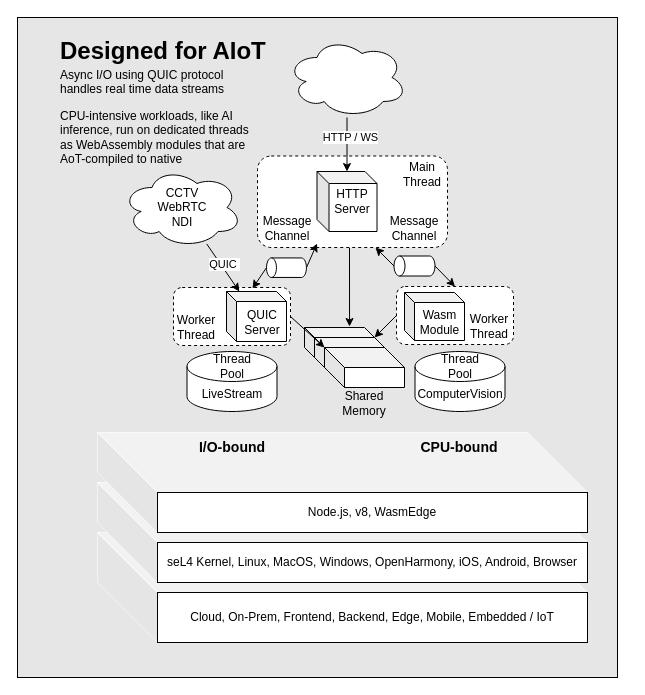
Above: page "Copy of Copy of aiot" (1 of 8) of public/arch.drawio in module-federation/aegis-host (draw.io), before the change. Source tidied: cells renumbered, new cells numbered last; positions are measured from the earlier drawing's top-left corner, leaving out a move shared by most shapes. Both pictures are drawn from the tidied source at 100%, with x=0, y=0 at pixel (17, 17).
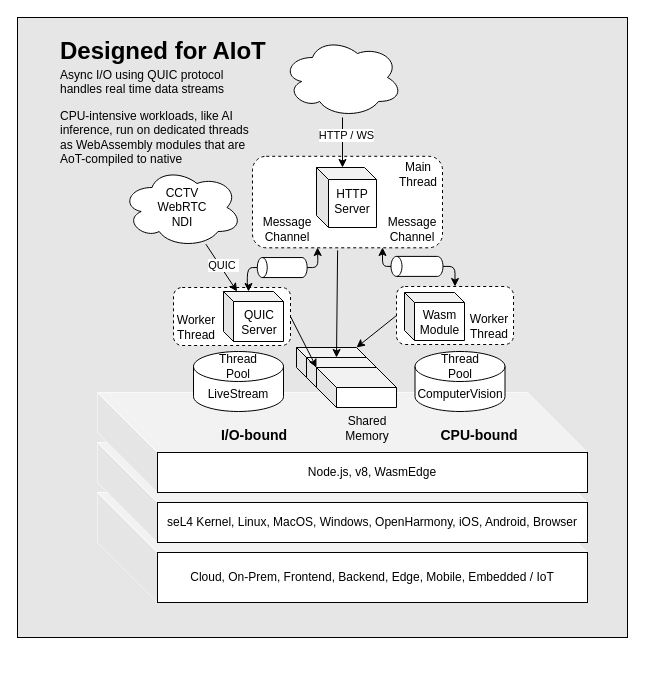
Above is the later version.

Unchanged cells that the change refers to:
```xml
<mxCell id="29" style="shape=cube;whiteSpace=wrap;html=1;boundedLbl=1;backgroundOutline=1;darkOpacity=0.05;darkOpacity2=0.1;" parent="28" vertex="1">
  <mxGeometry width="80" height="40" as="geometry" />
</mxCell>
<mxCell id="30" style="shape=cube;whiteSpace=wrap;html=1;boundedLbl=1;backgroundOutline=1;darkOpacity=0.05;darkOpacity2=0.1;" parent="28" vertex="1">
  <mxGeometry x="10" y="10" width="80" height="40" as="geometry" />
</mxCell>
<mxCell id="34" style="rounded=1;whiteSpace=wrap;html=1;dashed=1;" parent="1" vertex="1">
  <mxGeometry x="156" y="270" width="117" height="58" as="geometry" />
</mxCell>
<mxCell id="40" value="e" style="rounded=1;whiteSpace=wrap;html=1;dashed=1;" parent="1" vertex="1">
  <mxGeometry x="379" y="269" width="117" height="58" as="geometry" />
</mxCell>
```

Change to the diagram source:
```diff
@@
     <mxCell id="2" style="whiteSpace=wrap;html=1;fillColor=#E6E6E6;" parent="1" vertex="1">
-      <mxGeometry width="600" height="660" as="geometry" />
+      <mxGeometry width="610" height="620" as="geometry" />
     </mxCell>
@@
     <mxCell id="4" style="shape=cube;whiteSpace=wrap;html=1;boundedLbl=1;backgroundOutline=1;darkOpacity=0.05;darkOpacity2=0.1;labelBackgroundColor=#33FFFF;fontSize=12;strokeColor=#FFFFFF;strokeWidth=1;fillColor=default;size=60;" parent="1" vertex="1">
-      <mxGeometry x="80" y="515" width="490" height="110" as="geometry" />
+      <mxGeometry x="80" y="475" width="490" height="110" as="geometry" />
     </mxCell>
     <mxCell id="5" style="shape=cube;whiteSpace=wrap;html=1;boundedLbl=1;backgroundOutline=1;darkOpacity=0.05;darkOpacity2=0.1;labelBackgroundColor=#33FFFF;fontSize=12;strokeColor=#FFFFFF;strokeWidth=1;fillColor=default;size=60;" parent="1" vertex="1">
-      <mxGeometry x="80" y="465" width="490" height="100" as="geometry" />
+      <mxGeometry x="80" y="425" width="490" height="100" as="geometry" />
     </mxCell>
     <mxCell id="6" style="shape=cube;whiteSpace=wrap;html=1;boundedLbl=1;backgroundOutline=1;darkOpacity=0.05;darkOpacity2=0.1;labelBackgroundColor=#33FFFF;fontSize=12;strokeColor=#FFFFFF;strokeWidth=1;fillColor=default;size=60;" parent="1" vertex="1">
-      <mxGeometry x="80" y="415" width="490" height="100" as="geometry" />
+      <mxGeometry x="80" y="375" width="490" height="100" as="geometry" />
     </mxCell>
-    <mxCell id="7" style="edgeStyle=none;html=1;entryX=0.563;entryY=-0.025;entryDx=0;entryDy=0;entryPerimeter=0;" parent="1" edge="1" target="29">
-      <mxGeometry relative="1" as="geometry">
-        <mxPoint x="332" y="230" as="sourcePoint" />
-      </mxGeometry>
-    </mxCell>
     <mxCell id="8" style="rounded=1;whiteSpace=wrap;html=1;dashed=1;" parent="1" vertex="1">
-      <mxGeometry x="240" y="138.5" width="190" height="91.5" as="geometry" />
+      <mxGeometry x="235" y="138.8" width="190" height="91.5" as="geometry" />
     </mxCell>
     <mxCell id="9" value="LiveStream" style="shape=cylinder3;whiteSpace=wrap;html=1;boundedLbl=1;backgroundOutline=1;size=15;" parent="1" vertex="1">
-      <mxGeometry x="169.5" y="334" width="90" height="60" as="geometry" />
+      <mxGeometry x="176" y="334" width="90" height="60" as="geometry" />
     </mxCell>
@@
     <mxCell id="11" value="&lt;b&gt;&lt;font style=&quot;font-size: 14px&quot;&gt;CPU-bound&lt;/font&gt;&lt;/b&gt;" style="text;html=1;strokeColor=none;fillColor=none;align=center;verticalAlign=middle;whiteSpace=wrap;rounded=0;" parent="1" vertex="1">
-      <mxGeometry x="396" y="415" width="91.5" height="30" as="geometry" />
+      <mxGeometry x="415.5" y="403" width="91.5" height="30" as="geometry" />
     </mxCell>
     <mxCell id="12" value="Thread Pool" style="text;html=1;strokeColor=none;fillColor=none;align=center;verticalAlign=middle;whiteSpace=wrap;rounded=0;" parent="1" vertex="1">
-      <mxGeometry x="184.5" y="334" width="60" height="30" as="geometry" />
+      <mxGeometry x="193.2" y="336" width="55.5" height="26" as="geometry" />
     </mxCell>
@@
-    <mxCell id="14" style="edgeStyle=none;html=1;entryX=0.5;entryY=0;entryDx=0;entryDy=0;startArrow=none;exitX=0.5;exitY=1;exitDx=0;exitDy=0;exitPerimeter=0;" parent="1" edge="1" source="19" target="40">
+    <mxCell id="14" style="edgeStyle=orthogonalEdgeStyle;html=1;entryX=0.5;entryY=0;entryDx=0;entryDy=0;startArrow=none;exitX=0.5;exitY=1;exitDx=0;exitDy=0;exitPerimeter=0;" parent="1" edge="1" source="19" target="40">
       <mxGeometry relative="1" as="geometry" />
     </mxCell>
     <mxCell id="15" value="Main Thread" style="text;html=1;strokeColor=none;fillColor=none;align=center;verticalAlign=middle;whiteSpace=wrap;rounded=0;" parent="1" vertex="1">
-      <mxGeometry x="375" y="142" width="60" height="30" as="geometry" />
+      <mxGeometry x="371" y="142" width="60" height="30" as="geometry" />
     </mxCell>
-    <mxCell id="16" style="edgeStyle=none;html=1;exitX=0.5;exitY=1;exitDx=0;exitDy=0;exitPerimeter=0;entryX=1;entryY=1;entryDx=0;entryDy=0;" parent="1" edge="1" source="17" target="20">
-      <mxGeometry relative="1" as="geometry" />
+    <mxCell id="16" style="edgeStyle=orthogonalEdgeStyle;html=1;exitX=0.5;exitY=1;exitDx=0;exitDy=0;exitPerimeter=0;" parent="1" edge="1" source="17">
+      <mxGeometry relative="1" as="geometry">
+        <mxPoint x="300" y="230" as="targetPoint" />
+      </mxGeometry>
     </mxCell>
     <mxCell id="17" style="shape=cylinder3;whiteSpace=wrap;html=1;boundedLbl=1;backgroundOutline=1;size=5;rotation=-90;" parent="1" vertex="1">
-      <mxGeometry x="259.2" y="230.2" width="19.5" height="40" as="geometry" />
+      <mxGeometry x="254.7" y="225.1" width="20" height="49.9" as="geometry" />
     </mxCell>
-    <mxCell id="18" style="edgeStyle=none;html=1;entryX=0.621;entryY=1;entryDx=0;entryDy=0;entryPerimeter=0;exitX=0.5;exitY=0;exitDx=0;exitDy=0;exitPerimeter=0;" parent="1" edge="1" source="19" target="8">
-      <mxGeometry relative="1" as="geometry" />
+    <mxCell id="18" style="edgeStyle=orthogonalEdgeStyle;html=1;exitX=0.5;exitY=0;exitDx=0;exitDy=0;exitPerimeter=0;" parent="1" edge="1" source="19">
+      <mxGeometry relative="1" as="geometry">
+        <mxPoint x="365" y="230" as="targetPoint" />
+        <Array as="points">
+          <mxPoint x="365" y="249" />
+        </Array>
+      </mxGeometry>
     </mxCell>
     <mxCell id="19" style="shape=cylinder3;whiteSpace=wrap;html=1;boundedLbl=1;backgroundOutline=1;size=5.5;rotation=-90;" parent="1" vertex="1">
-      <mxGeometry x="387" y="228" width="20" height="41" as="geometry" />
+      <mxGeometry x="389.5" y="222.9" width="20" height="52" as="geometry" />
     </mxCell>
     <mxCell id="20" value="Message&lt;br&gt;Channel" style="text;html=1;strokeColor=none;fillColor=none;align=center;verticalAlign=middle;whiteSpace=wrap;rounded=0;" parent="1" vertex="1">
-      <mxGeometry x="239.5" y="196" width="60" height="30" as="geometry" />
+      <mxGeometry x="239.5" y="197" width="60" height="30" as="geometry" />
     </mxCell>
     <mxCell id="21" value="Message&lt;br&gt;Channel" style="text;html=1;strokeColor=none;fillColor=none;align=center;verticalAlign=middle;whiteSpace=wrap;rounded=0;" parent="1" vertex="1">
-      <mxGeometry x="367" y="197" width="60" height="28" as="geometry" />
+      <mxGeometry x="365" y="198" width="60" height="28" as="geometry" />
     </mxCell>
     <mxCell id="22" style="shape=cube;whiteSpace=wrap;html=1;boundedLbl=1;backgroundOutline=1;darkOpacity=0.05;darkOpacity2=0.1;size=12;" parent="1" vertex="1">
-      <mxGeometry x="299.5" y="154" width="60" height="60" as="geometry" />
+      <mxGeometry x="299" y="150" width="60" height="60" as="geometry" />
     </mxCell>
     <mxCell id="23" value="HTTP&lt;br&gt;Server" style="text;html=1;strokeColor=none;fillColor=none;align=center;verticalAlign=middle;whiteSpace=wrap;rounded=0;" parent="1" vertex="1">
-      <mxGeometry x="305" y="169" width="60" height="30" as="geometry" />
+      <mxGeometry x="305" y="172" width="60" height="24" as="geometry" />
     </mxCell>
     <mxCell id="24" style="ellipse;shape=cloud;whiteSpace=wrap;html=1;" parent="1" vertex="1">
-      <mxGeometry x="269.5" y="20" width="120" height="80" as="geometry" />
+      <mxGeometry x="265" y="20" width="120" height="80" as="geometry" />
     </mxCell>
-    <mxCell id="25" style="edgeStyle=none;html=1;startArrow=classic;startFill=1;endArrow=none;endFill=0;" parent="1" edge="1" source="22" target="24">
-      <mxGeometry relative="1" as="geometry" />
+    <mxCell id="25" style="edgeStyle=none;html=1;startArrow=classic;startFill=1;endArrow=none;endFill=0;" parent="1" edge="1" target="24">
+      <mxGeometry relative="1" as="geometry">
+        <mxPoint x="325" y="150" as="sourcePoint" />
+      </mxGeometry>
     </mxCell>
@@
     <mxCell id="28" style="group;glass=0;" parent="1" vertex="1">
-      <mxGeometry x="287" y="310" width="100" height="60" as="geometry" />
+      <mxGeometry x="279" y="330" width="100" height="60" as="geometry" />
     </mxCell>
@@
-    <mxCell id="32" style="edgeStyle=none;html=1;entryX=0;entryY=0;entryDx=60;entryDy=0;entryPerimeter=0;exitX=0;exitY=0.5;exitDx=0;exitDy=0;" parent="1" edge="1" source="40" target="30">
+    <mxCell id="32" style="edgeStyle=none;html=1;entryX=0;entryY=0;entryDx=60;entryDy=0;entryPerimeter=0;exitX=0;exitY=0.5;exitDx=0;exitDy=0;" parent="1" edge="1" source="40" target="29">
       <mxGeometry relative="1" as="geometry" />
     </mxCell>
@@
     <mxCell id="35" style="shape=cube;whiteSpace=wrap;html=1;boundedLbl=1;backgroundOutline=1;darkOpacity=0.05;darkOpacity2=0.1;size=10;" parent="1" vertex="1">
-      <mxGeometry x="209" y="274" width="60" height="50" as="geometry" />
+      <mxGeometry x="206" y="274" width="60" height="50" as="geometry" />
     </mxCell>
     <mxCell id="36" value="QUIC&lt;br&gt;Server" style="text;html=1;strokeColor=none;fillColor=none;align=center;verticalAlign=middle;whiteSpace=wrap;rounded=0;" parent="1" vertex="1">
-      <mxGeometry x="229.5" y="302.5" width="30" height="5" as="geometry" />
+      <mxGeometry x="226.5" y="302.5" width="30" height="5" as="geometry" />
     </mxCell>
     <mxCell id="37" value="&lt;span style=&quot;font-size: 14px&quot;&gt;&lt;b&gt;I/O-bound&lt;/b&gt;&lt;/span&gt;" style="text;html=1;strokeColor=none;fillColor=none;align=center;verticalAlign=middle;whiteSpace=wrap;rounded=0;" parent="1" vertex="1">
-      <mxGeometry x="174.5" y="415" width="80" height="30" as="geometry" />
+      <mxGeometry x="197" y="403" width="80" height="30" as="geometry" />
     </mxCell>
@@
     <mxCell id="44" value="Node.js, v8, WasmEdge" style="whiteSpace=wrap;html=1;" parent="1" vertex="1">
-      <mxGeometry x="140" y="475" width="430" height="40" as="geometry" />
+      <mxGeometry x="140" y="435" width="430" height="40" as="geometry" />
     </mxCell>
@@
     <mxCell id="46" value="seL4 Kernel, Linux, MacOS, Windows, OpenHarmony, iOS, Android, Browser" style="whiteSpace=wrap;html=1;" parent="1" vertex="1">
-      <mxGeometry x="140" y="525" width="430" height="40" as="geometry" />
+      <mxGeometry x="140" y="485" width="430" height="40" as="geometry" />
     </mxCell>
     <mxCell id="47" value="Cloud, On-Prem, Frontend, Backend, Edge, Mobile, Embedded / IoT" style="whiteSpace=wrap;html=1;" parent="1" vertex="1">
-      <mxGeometry x="140" y="575" width="430" height="50" as="geometry" />
+      <mxGeometry x="140" y="535" width="430" height="50" as="geometry" />
     </mxCell>
-    <mxCell id="48" style="edgeStyle=none;html=1;startArrow=none;exitX=0.5;exitY=0;exitDx=0;exitDy=0;exitPerimeter=0;entryX=0.675;entryY=0.017;entryDx=0;entryDy=0;entryPerimeter=0;" parent="1" edge="1" source="17" target="34">
+    <mxCell id="48" style="edgeStyle=orthogonalEdgeStyle;html=1;startArrow=none;exitX=0.5;exitY=0;exitDx=0;exitDy=0;exitPerimeter=0;entryX=0;entryY=0;entryDx=25;entryDy=0;entryPerimeter=0;" parent="1" edge="1" source="17" target="35">
       <mxGeometry relative="1" as="geometry" />
     </mxCell>
@@
     <mxCell id="50" value="Shared&lt;br&gt;Memory" style="text;html=1;strokeColor=none;fillColor=none;align=center;verticalAlign=middle;whiteSpace=wrap;rounded=0;" parent="1" vertex="1">
-      <mxGeometry x="317" y="371" width="60" height="30" as="geometry" />
+      <mxGeometry x="320" y="396" width="60" height="30" as="geometry" />
     </mxCell>
+    <mxCell id="7" style="edgeStyle=none;html=1;exitX=0.448;exitY=1.028;exitDx=0;exitDy=0;exitPerimeter=0;entryX=0;entryY=0;entryDx=30;entryDy=0;entryPerimeter=0;" parent="1" edge="1" source="8" target="30">
+      <mxGeometry relative="1" as="geometry" />
+    </mxCell>
```
